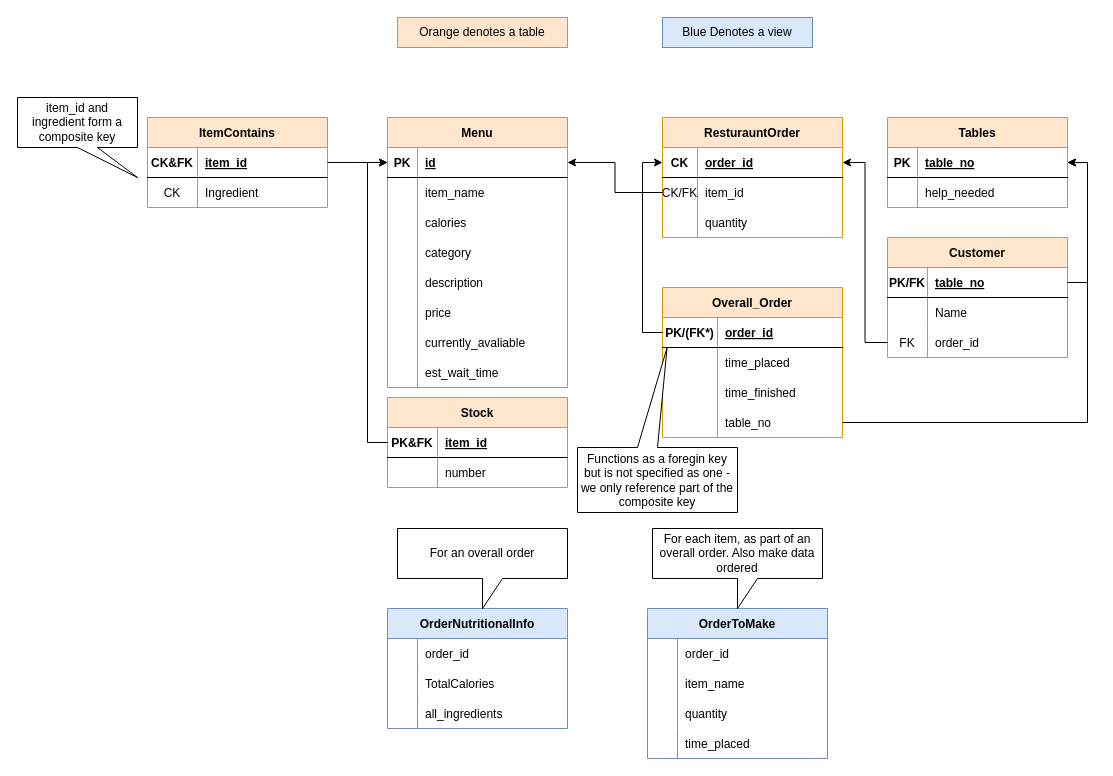
Before: SQLDatabase/Diagrams/DrawIOSchema.drawio in mattyblackout/cs2815-project, a draw.io diagram. Source tidied: cells renumbered, new cells numbered last; positions are measured from the earlier drawing's top-left corner, leaving out a move shared by most shapes. Both pictures are drawn from the tidied source at 100%, with x=0, y=0 at pixel (17, 17).
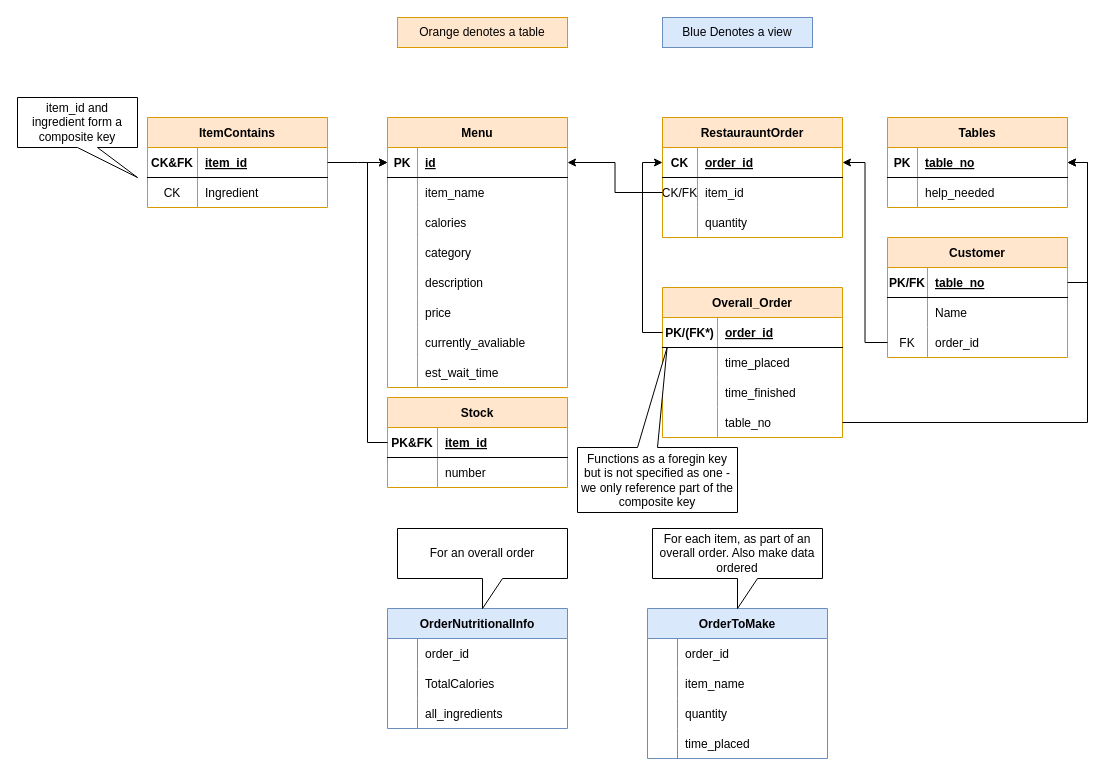
After the change.

Commit message:
Corrected spelling in diagram

Change to the diagram source:
```diff
@@
-    <mxCell id="34" value="ResturauntOrder" style="shape=table;startSize=30;childLayout=tableLayout;rowLines=0;fontStyle=1;align=center;fillColor=#ffe6cc;strokeColor=#d79b00;" parent="1" vertex="1">
+    <mxCell id="34" value="RestaurauntOrder" style="shape=table;startSize=30;childLayout=tableLayout;rowLines=0;fontStyle=1;align=center;fillColor=#ffe6cc;strokeColor=#d79b00;" parent="1" vertex="1">
       <mxGeometry x="645" y="100" width="180" height="120" as="geometry" />
     </mxCell>
```
